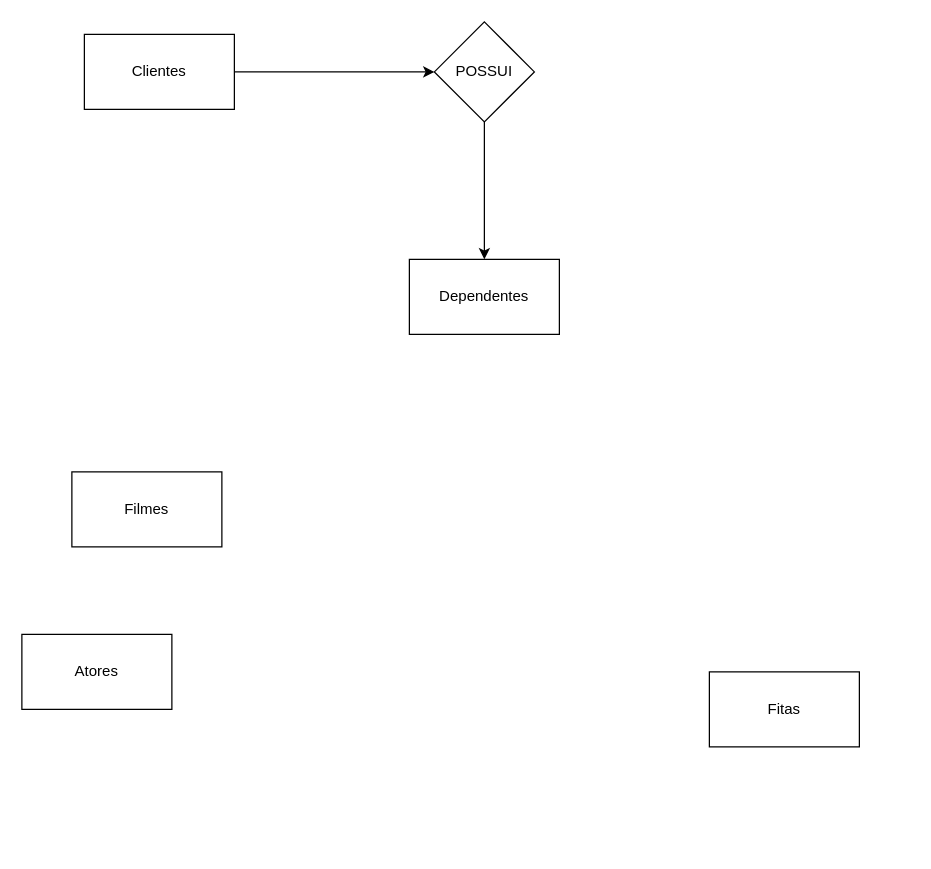
Earlier version of the draw.io diagram fluxogramas/banco_aula.drawio (caioliveira277/drawio-fluxogramas). Source tidied: cells renumbered, new cells numbered last; positions are measured from the earlier drawing's top-left corner, leaving out a move shared by most shapes. Both pictures are drawn from the tidied source at 125%, with x=0, y=0 at pixel (21, 21).
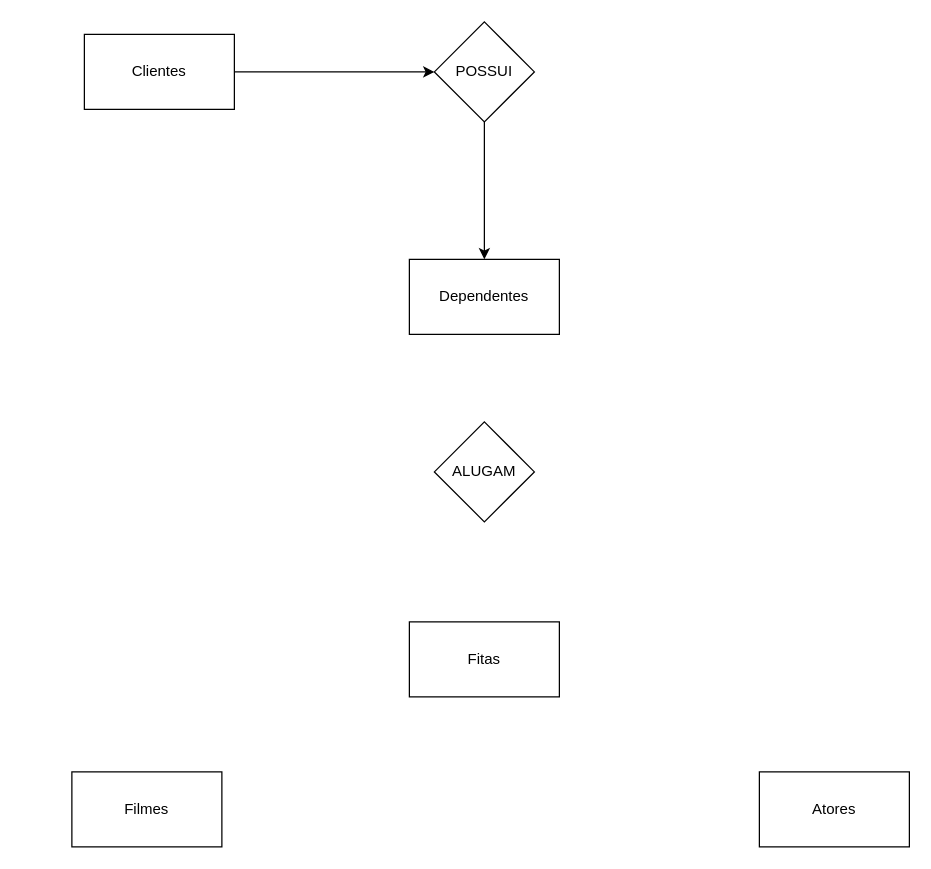
The same diagram, later.

Diff of the diagram source:
```diff
@@
 <mxGraphModel>
   <root>
     <mxCell id="0" />
     <mxCell id="1" parent="0" />
     <mxCell id="2" style="edgeStyle=orthogonalEdgeStyle;rounded=0;jettySize=auto;html=1;entryX=0;entryY=0.5;entryDx=0;entryDy=0;" parent="1" edge="1" source="3" target="9">
       <mxGeometry relative="1" as="geometry" />
     </mxCell>
     <mxCell id="3" value="Clientes" style="rounded=0;whiteSpace=wrap;html=1;" parent="1" vertex="1">
       <mxGeometry x="50" y="10" width="120" height="60" as="geometry" />
     </mxCell>
     <mxCell id="4" value="Dependentes" style="rounded=0;whiteSpace=wrap;html=1;" parent="1" vertex="1">
       <mxGeometry x="310" y="190" width="120" height="60" as="geometry" />
     </mxCell>
     <mxCell id="5" value="Fitas" style="rounded=0;whiteSpace=wrap;html=1;" parent="1" vertex="1">
-      <mxGeometry x="550" y="520" width="120" height="60" as="geometry" />
+      <mxGeometry x="310" y="480" width="120" height="60" as="geometry" />
     </mxCell>
     <mxCell id="6" value="Atores" style="rounded=0;whiteSpace=wrap;html=1;" parent="1" vertex="1">
-      <mxGeometry y="490" width="120" height="60" as="geometry" />
+      <mxGeometry x="590" y="600" width="120" height="60" as="geometry" />
     </mxCell>
     <mxCell id="7" value="Filmes" style="rounded=0;whiteSpace=wrap;html=1;" parent="1" vertex="1">
-      <mxGeometry x="40" y="360" width="120" height="60" as="geometry" />
+      <mxGeometry x="40" y="600" width="120" height="60" as="geometry" />
     </mxCell>
     <mxCell id="8" style="edgeStyle=orthogonalEdgeStyle;rounded=0;jettySize=auto;html=1;" parent="1" edge="1" source="9" target="4">
       <mxGeometry relative="1" as="geometry" />
     </mxCell>
     <mxCell id="9" value="POSSUI" style="rhombus;whiteSpace=wrap;html=1;" parent="1" vertex="1">
       <mxGeometry x="330" width="80" height="80" as="geometry" />
     </mxCell>
+    <mxCell id="10" value="ALUGAM" style="rhombus;whiteSpace=wrap;html=1;" parent="1" vertex="1">
+      <mxGeometry x="330" y="320" width="80" height="80" as="geometry" />
+    </mxCell>
   </root>
 </mxGraphModel>
```
